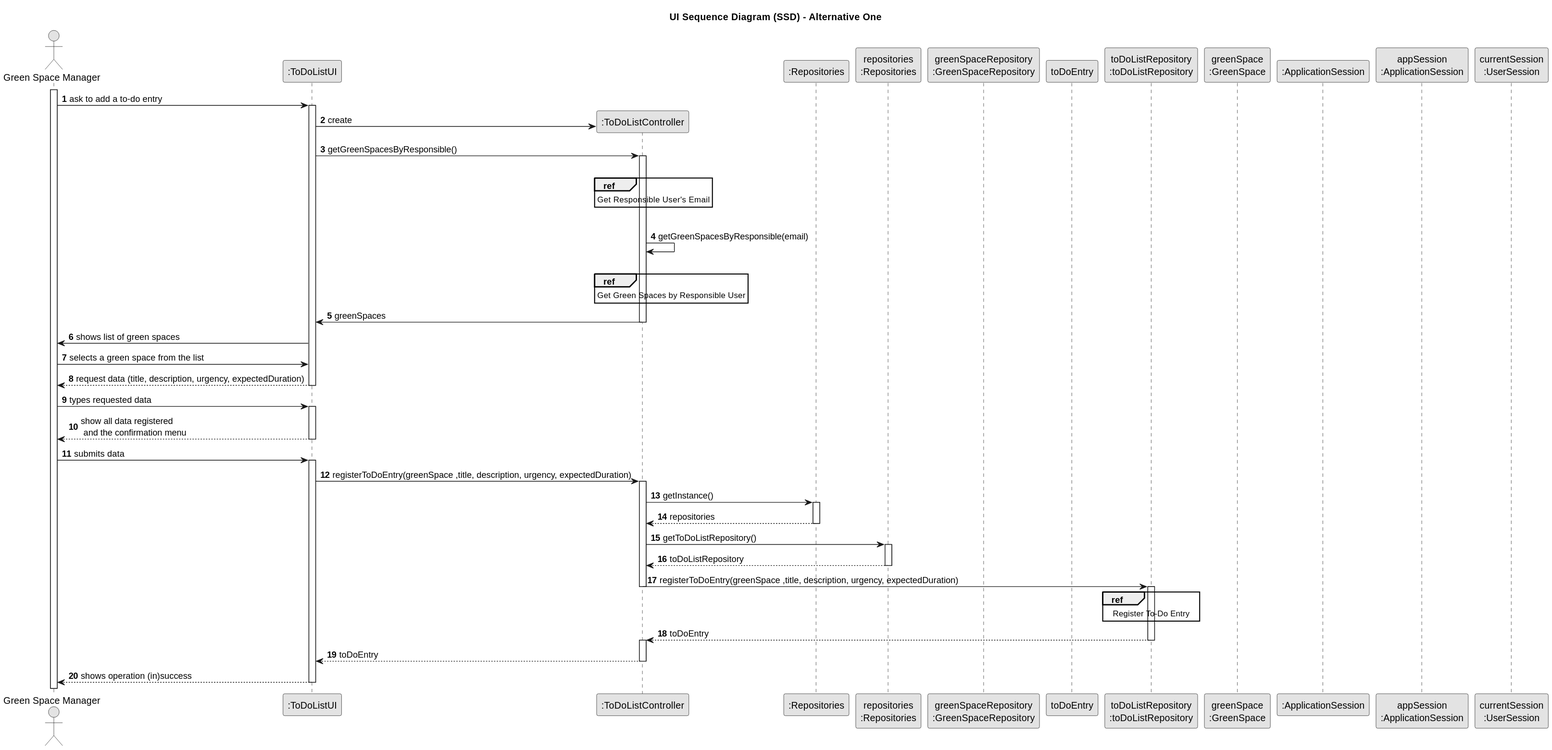
Above: docs/sprintC/us021/03.design/svg/us021-sequence-diagram-split.svg in SAEmanuel/Green_Spaces_Management_ISEP (PlantUML), before the change.
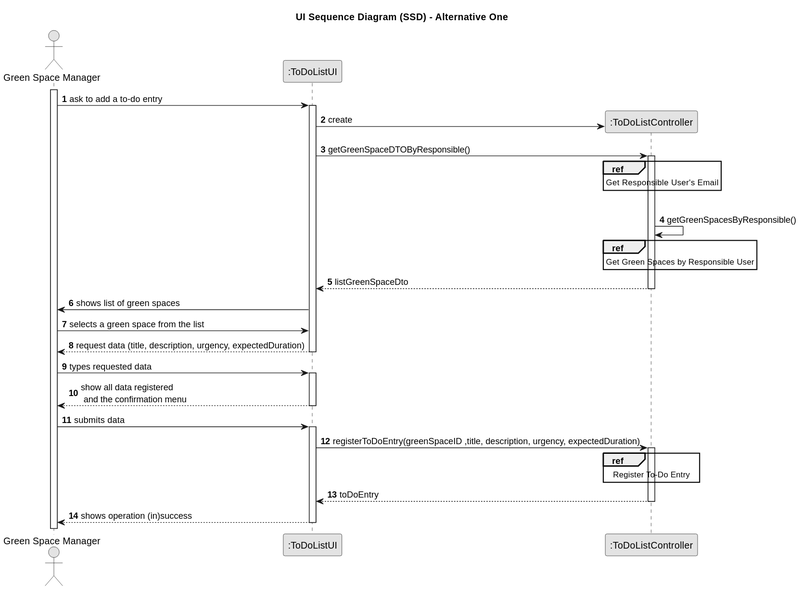
Later version of the same file.

The edit, as a diff of the source:
```diff
@@ -10,15 +10,10 @@
 actor "Green Space Manager" as Employee
 participant ":ToDoListUI" as UI
 participant ":ToDoListController" as CTRL
-participant ":Repositories" as RepositorySingleton
-participant "repositories\n:Repositories" as PLAT
-participant "greenSpaceRepository\n:GreenSpaceRepository" as GREENSpaceRepository
-participant "toDoEntry" as ENTRY
-participant "toDoListRepository\n:toDoListRepository" as toDoListRepository
-participant "greenSpace\n:GreenSpace" as GREEN
-participant ":ApplicationSession" as _APP
-participant "appSession\n:ApplicationSession" as APP
-participant "currentSession\n:UserSession" as SESSAO
+
+
+
+
 
 activate Employee
 
@@ -27,28 +22,22 @@
 
     UI -> CTRL** : create
 
-    UI -> CTRL : getGreenSpacesByResponsible()
+    UI -> CTRL : getGreenSpaceDTOByResponsible()
     activate CTRL
-    |||
     ref over CTRL
-      Get Responsible User's Email
-      end ref
+    Get Responsible User's Email
+    end ref
 
-                    |||
-
-                    CTRL -> CTRL : getGreenSpacesByResponsible(email)
-
-            |||
-            ref over CTRL
-        Get Green Spaces by Responsible User
-            end ref
+                     |||
+                    CTRL -> CTRL :getGreenSpacesByResponsible()
+                                ref over CTRL
+                                Get Green Spaces by Responsible User
+                                end ref
 
 
+                           CTRL --> UI : listGreenSpaceDto
 
-
-                    CTRL -> UI : greenSpaces
-
-                    deactivate CTRL
+                           deactivate CTRL
 
 
         UI -> Employee : shows list of green spaces
@@ -68,35 +57,15 @@
     Employee -> UI : submits data
     activate UI
 
-    UI -> CTRL : registerToDoEntry(greenSpace ,title, description, urgency, expectedDuration)
+    UI -> CTRL : registerToDoEntry(greenSpaceID ,title, description, urgency, expectedDuration)
     activate CTRL
 
 
 
-        CTRL -> RepositorySingleton : getInstance()
-        activate RepositorySingleton
-
-        RepositorySingleton --> CTRL: repositories
-        deactivate RepositorySingleton
-
-        CTRL -> PLAT : getToDoListRepository()
-        activate PLAT
-
-        PLAT --> CTRL: toDoListRepository
-        deactivate PLAT
-
-    CTRL -> toDoListRepository : registerToDoEntry(greenSpace ,title, description, urgency, expectedDuration)
-      deactivate CTRL
-    activate toDoListRepository
-
-    ref over toDoListRepository
-        Register To-Do Entry
+            ref over CTRL
+            Register To-Do Entry
             end ref
 
-    toDoListRepository --> CTRL : toDoEntry
-    deactivate toDoListRepository
-
-    activate CTRL
     CTRL --> UI : toDoEntry
     deactivate CTRL
 
```
